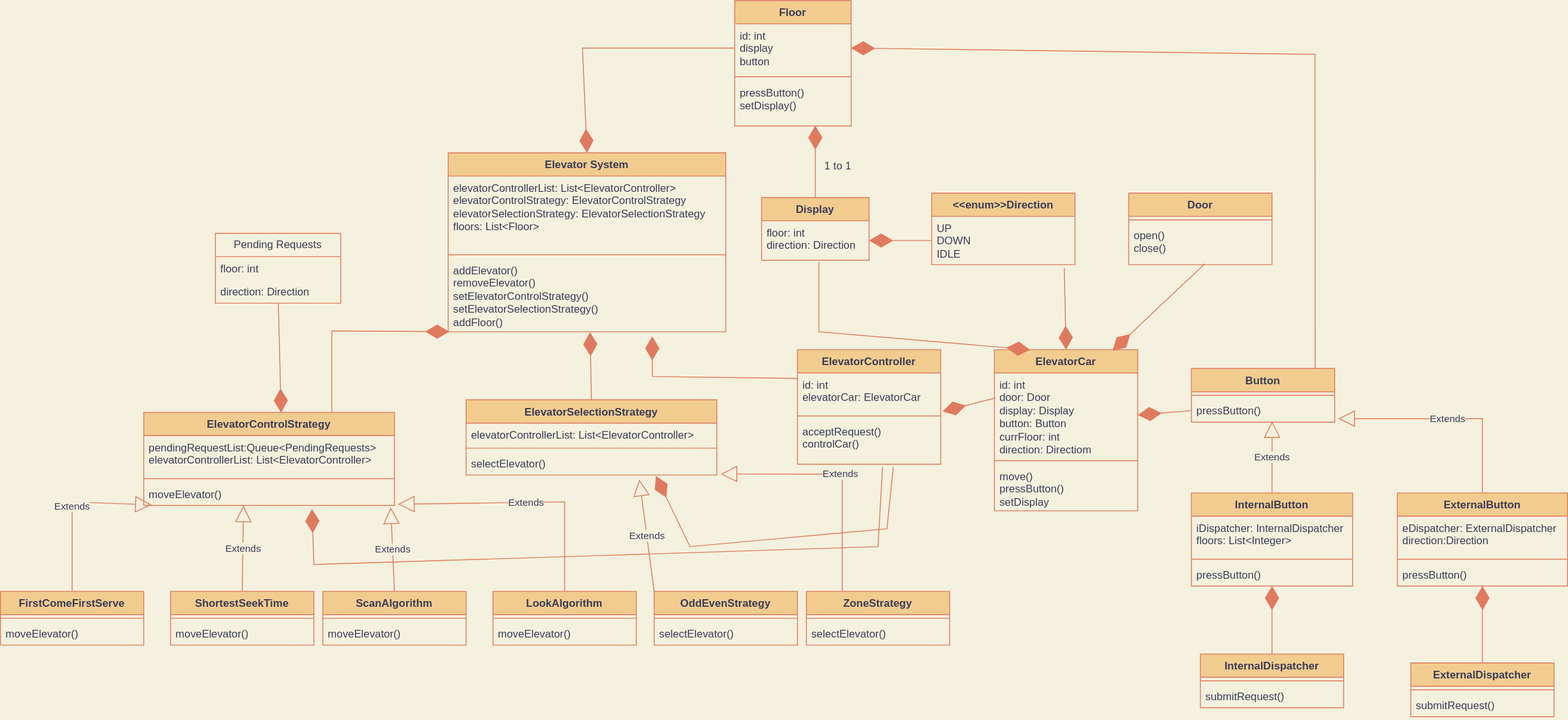
Above: src/main/java/lld/elevator/UMLDiagram.drawio.svg in chetansj27/design-patterns-code (draw.io), before the change. Source tidied: cells renumbered, new cells last; positions are measured from the earlier drawing's top-left corner, leaving out a move shared by most shapes.
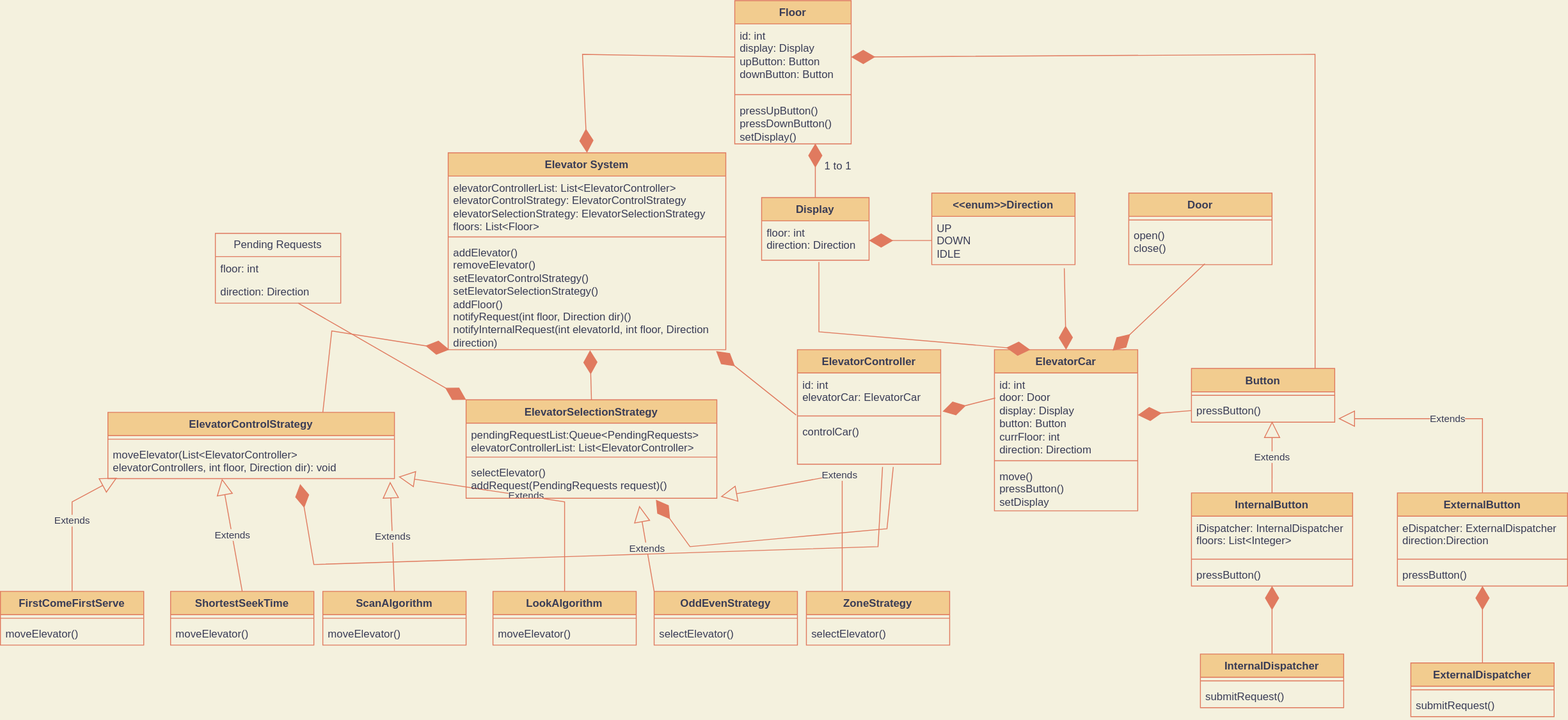
After the commit.

Diff of the diagram source:
```diff
@@ -3,33 +3,33 @@
     <mxCell id="0" />
     <mxCell id="1" parent="0" />
     <mxCell id="2" value="Floor" style="swimlane;fontStyle=1;align=center;verticalAlign=top;horizontal=1;startSize=26;whiteSpace=wrap;html=1;fillColor=#F2CC8F;strokeColor=#E07A5F;fontColor=#393C56;" parent="1" vertex="1">
-      <mxGeometry x="820" width="130" height="140" as="geometry" />
+      <mxGeometry x="820" width="130" height="160" as="geometry" />
     </mxCell>
-    <mxCell id="3" value="id: int&lt;div&gt;display&lt;/div&gt;&lt;div&gt;button&lt;/div&gt;" style="text;strokeColor=none;fillColor=none;align=left;verticalAlign=top;spacingLeft=4;spacingRight=4;overflow=hidden;points=[[0,0.5],[1,0.5]];portConstraint=eastwest;whiteSpace=wrap;html=1;fontColor=#393C56;" parent="2" vertex="1">
-      <mxGeometry y="26" width="130" height="54" as="geometry" />
+    <mxCell id="3" value="id: int&lt;div&gt;display: Display&lt;/div&gt;&lt;div&gt;upButton: Button&lt;/div&gt;&lt;div&gt;downButton: Button&lt;/div&gt;" style="text;strokeColor=none;fillColor=none;align=left;verticalAlign=top;spacingLeft=4;spacingRight=4;overflow=hidden;points=[[0,0.5],[1,0.5]];portConstraint=eastwest;whiteSpace=wrap;html=1;fontColor=#393C56;" parent="2" vertex="1">
+      <mxGeometry y="26" width="130" height="74" as="geometry" />
     </mxCell>
     <mxCell id="4" style="line;strokeWidth=1;fillColor=none;align=left;verticalAlign=middle;spacingTop=-1;spacingLeft=3;spacingRight=3;labelPosition=right;strokeColor=#E07A5F;labelBackgroundColor=#F4F1DE;fontColor=#393C56;" parent="2" vertex="1">
-      <mxGeometry y="80" width="130" height="10" as="geometry" />
+      <mxGeometry y="100" width="130" height="10" as="geometry" />
     </mxCell>
-    <mxCell id="5" value="pressButton()&lt;div&gt;setDisplay()&lt;/div&gt;" style="text;strokeColor=none;fillColor=none;align=left;verticalAlign=top;spacingLeft=4;spacingRight=4;overflow=hidden;points=[[0,0.5],[1,0.5]];portConstraint=eastwest;whiteSpace=wrap;html=1;fontColor=#393C56;" parent="2" vertex="1">
-      <mxGeometry y="90" width="130" height="50" as="geometry" />
+    <mxCell id="5" value="pressUpButton()&lt;div&gt;pressDownButton()&lt;br&gt;&lt;div&gt;setDisplay()&lt;/div&gt;&lt;/div&gt;" style="text;strokeColor=none;fillColor=none;align=left;verticalAlign=top;spacingLeft=4;spacingRight=4;overflow=hidden;points=[[0,0.5],[1,0.5]];portConstraint=eastwest;whiteSpace=wrap;html=1;fontColor=#393C56;" parent="2" vertex="1">
+      <mxGeometry y="110" width="130" height="50" as="geometry" />
     </mxCell>
     <mxCell id="6" value="Elevator System" style="swimlane;fontStyle=1;align=center;verticalAlign=top;horizontal=1;startSize=26;whiteSpace=wrap;html=1;fillColor=#F2CC8F;strokeColor=#E07A5F;fontColor=#393C56;" parent="1" vertex="1">
-      <mxGeometry x="500" y="170" width="310" height="200" as="geometry" />
+      <mxGeometry x="500" y="170" width="310" height="220" as="geometry" />
     </mxCell>
     <mxCell id="7" value="elevatorControllerList: List&amp;lt;ElevatorController&amp;gt;&lt;div&gt;elevatorControlStrategy: ElevatorControlStrategy&lt;/div&gt;&lt;div&gt;elevatorSelectionStrategy: ElevatorSelectionStrategy&lt;/div&gt;&lt;div&gt;floors: List&amp;lt;Floor&amp;gt;&lt;/div&gt;" style="text;strokeColor=none;fillColor=none;align=left;verticalAlign=top;spacingLeft=4;spacingRight=4;overflow=hidden;whiteSpace=wrap;html=1;fontColor=#393C56;" parent="6" vertex="1">
-      <mxGeometry y="26" width="310" height="84" as="geometry" />
+      <mxGeometry y="26" width="310" height="64" as="geometry" />
     </mxCell>
     <mxCell id="8" style="line;strokeWidth=1;fillColor=none;align=left;verticalAlign=middle;spacingTop=-1;spacingLeft=3;spacingRight=3;labelPosition=right;strokeColor=#E07A5F;labelBackgroundColor=#F4F1DE;fontColor=#393C56;" parent="6" vertex="1">
-      <mxGeometry y="110" width="310" height="8" as="geometry" />
+      <mxGeometry y="90" width="310" height="8" as="geometry" />
     </mxCell>
-    <mxCell id="9" value="addElevator()&lt;div&gt;removeElevator()&lt;/div&gt;&lt;div&gt;setElevatorControlStrategy()&lt;/div&gt;&lt;div&gt;setElevatorSelectionStrategy()&lt;/div&gt;&lt;div&gt;addFloor()&lt;/div&gt;" style="text;strokeColor=none;fillColor=none;align=left;verticalAlign=top;spacingLeft=4;spacingRight=4;overflow=hidden;points=[[0,0.5],[1,0.5]];portConstraint=eastwest;whiteSpace=wrap;html=1;fontColor=#393C56;" parent="6" vertex="1">
-      <mxGeometry y="118" width="310" height="82" as="geometry" />
+    <mxCell id="9" value="addElevator()&lt;div&gt;removeElevator()&lt;/div&gt;&lt;div&gt;setElevatorControlStrategy()&lt;/div&gt;&lt;div&gt;setElevatorSelectionStrategy()&lt;/div&gt;&lt;div&gt;addFloor()&lt;/div&gt;&lt;div&gt;notifyRequest(int floor, Direction dir)()&lt;br&gt;&lt;/div&gt;&lt;div&gt;notifyInternalRequest(int elevatorId, int floor, Direction direction)&lt;br&gt;&lt;/div&gt;" style="text;strokeColor=none;fillColor=none;align=left;verticalAlign=top;spacingLeft=4;spacingRight=4;overflow=hidden;points=[[0,0.5],[1,0.5]];portConstraint=eastwest;whiteSpace=wrap;html=1;fontColor=#393C56;" parent="6" vertex="1">
+      <mxGeometry y="98" width="310" height="122" as="geometry" />
     </mxCell>
     <mxCell id="10" style="endArrow=diamondThin;endFill=1;endSize=24;html=1;rounded=0;exitX=0;exitY=0.5;exitDx=0;exitDy=0;entryX=0.5;entryY=0;entryDx=0;entryDy=0;labelBackgroundColor=#F4F1DE;strokeColor=#E07A5F;fontColor=#393C56;" parent="1" edge="1" source="3" target="6">
       <mxGeometry relative="1" as="geometry">
         <Array as="points">
-          <mxPoint x="650" y="53" />
+          <mxPoint x="650" y="60" />
         </Array>
       </mxGeometry>
     </mxCell>
@@ -64,18 +64,15 @@
       <mxGeometry y="52" width="140" height="26" as="geometry" />
     </mxCell>
     <mxCell id="21" value="ElevatorControlStrategy" style="swimlane;fontStyle=1;align=center;verticalAlign=top;horizontal=1;startSize=26;whiteSpace=wrap;html=1;fillColor=#F2CC8F;strokeColor=#E07A5F;fontColor=#393C56;" parent="1" vertex="1">
-      <mxGeometry x="160" y="460" width="280" height="104" as="geometry" />
+      <mxGeometry x="120" y="460" width="320" height="74" as="geometry" />
     </mxCell>
-    <mxCell id="22" value="pendingRequestList:Queue&amp;lt;PendingRequests&amp;gt;&lt;div&gt;elevatorControllerList: List&amp;lt;ElevatorController&amp;gt;&lt;/div&gt;" style="text;strokeColor=none;fillColor=none;align=left;verticalAlign=top;spacingLeft=4;spacingRight=4;overflow=hidden;whiteSpace=wrap;html=1;fontColor=#393C56;" parent="21" vertex="1">
-      <mxGeometry y="26" width="280" height="44" as="geometry" />
-    </mxCell>
     <mxCell id="23" style="line;strokeWidth=1;fillColor=none;align=left;verticalAlign=middle;spacingTop=-1;spacingLeft=3;spacingRight=3;labelPosition=right;strokeColor=#E07A5F;labelBackgroundColor=#F4F1DE;fontColor=#393C56;" parent="21" vertex="1">
-      <mxGeometry y="70" width="280" height="8" as="geometry" />
+      <mxGeometry y="26" width="320" height="8" as="geometry" />
     </mxCell>
-    <mxCell id="24" value="moveElevator()" style="text;strokeColor=none;fillColor=none;align=left;verticalAlign=top;spacingLeft=4;spacingRight=4;overflow=hidden;points=[[0,0.5],[1,0.5]];portConstraint=eastwest;whiteSpace=wrap;html=1;fontColor=#393C56;" parent="21" vertex="1">
-      <mxGeometry y="78" width="280" height="26" as="geometry" />
+    <mxCell id="24" value="moveElevator(List&amp;lt;ElevatorController&amp;gt; elevatorControllers, int floor, Direction dir): void" style="text;strokeColor=none;fillColor=none;align=left;verticalAlign=top;spacingLeft=4;spacingRight=4;overflow=hidden;points=[[0,0.5],[1,0.5]];portConstraint=eastwest;whiteSpace=wrap;html=1;fontColor=#393C56;" parent="21" vertex="1">
+      <mxGeometry y="34" width="320" height="40" as="geometry" />
     </mxCell>
-    <mxCell id="25" style="endArrow=diamondThin;endFill=1;endSize=24;html=1;rounded=0;entryX=0.548;entryY=0.003;entryDx=0;entryDy=0;entryPerimeter=0;labelBackgroundColor=#F4F1DE;strokeColor=#E07A5F;fontColor=#393C56;" parent="1" edge="1" source="20" target="21">
+    <mxCell id="25" style="endArrow=diamondThin;endFill=1;endSize=24;html=1;rounded=0;entryX=0;entryY=0;entryDx=0;entryDy=0;labelBackgroundColor=#F4F1DE;strokeColor=#E07A5F;fontColor=#393C56;" parent="1" edge="1" source="20" target="43">
       <mxGeometry relative="1" as="geometry" />
     </mxCell>
     <mxCell id="26" value="FirstComeFirstServe" style="swimlane;fontStyle=1;align=center;verticalAlign=top;horizontal=1;startSize=26;whiteSpace=wrap;html=1;fillColor=#F2CC8F;strokeColor=#E07A5F;fontColor=#393C56;" parent="1" vertex="1">
@@ -142,16 +139,16 @@
       </mxGeometry>
     </mxCell>
     <mxCell id="43" value="ElevatorSelectionStrategy" style="swimlane;fontStyle=1;align=center;verticalAlign=top;horizontal=1;startSize=26;whiteSpace=wrap;html=1;fillColor=#F2CC8F;strokeColor=#E07A5F;fontColor=#393C56;" parent="1" vertex="1">
-      <mxGeometry x="520" y="446" width="280" height="84" as="geometry" />
+      <mxGeometry x="520" y="446" width="280" height="110" as="geometry" />
     </mxCell>
-    <mxCell id="44" value="&lt;span style=&quot;background-color: initial;&quot;&gt;elevatorControllerList: List&amp;lt;ElevatorController&amp;gt;&lt;/span&gt;" style="text;strokeColor=none;fillColor=none;align=left;verticalAlign=top;spacingLeft=4;spacingRight=4;overflow=hidden;whiteSpace=wrap;html=1;fontColor=#393C56;" parent="43" vertex="1">
-      <mxGeometry y="26" width="280" height="24" as="geometry" />
+    <mxCell id="44" value="&lt;div&gt;pendingRequestList:Queue&amp;lt;PendingRequests&amp;gt;&lt;span style=&quot;background-color: initial;&quot;&gt;&lt;br&gt;&lt;/span&gt;&lt;/div&gt;&lt;span style=&quot;background-color: initial;&quot;&gt;elevatorControllerList: List&amp;lt;ElevatorController&amp;gt;&lt;/span&gt;" style="text;strokeColor=none;fillColor=none;align=left;verticalAlign=top;spacingLeft=4;spacingRight=4;overflow=hidden;whiteSpace=wrap;html=1;fontColor=#393C56;" parent="43" vertex="1">
+      <mxGeometry y="26" width="280" height="34" as="geometry" />
     </mxCell>
     <mxCell id="45" style="line;strokeWidth=1;fillColor=none;align=left;verticalAlign=middle;spacingTop=-1;spacingLeft=3;spacingRight=3;labelPosition=right;strokeColor=#E07A5F;labelBackgroundColor=#F4F1DE;fontColor=#393C56;" parent="43" vertex="1">
-      <mxGeometry y="50" width="280" height="8" as="geometry" />
+      <mxGeometry y="60" width="280" height="8" as="geometry" />
     </mxCell>
-    <mxCell id="46" value="selectElevator()" style="text;strokeColor=none;fillColor=none;align=left;verticalAlign=top;spacingLeft=4;spacingRight=4;overflow=hidden;points=[[0,0.5],[1,0.5]];portConstraint=eastwest;whiteSpace=wrap;html=1;fontColor=#393C56;" parent="43" vertex="1">
-      <mxGeometry y="58" width="280" height="26" as="geometry" />
+    <mxCell id="46" value="selectElevator()&lt;div&gt;addRequest(PendingRequests request)()&lt;br&gt;&lt;/div&gt;" style="text;strokeColor=none;fillColor=none;align=left;verticalAlign=top;spacingLeft=4;spacingRight=4;overflow=hidden;points=[[0,0.5],[1,0.5]];portConstraint=eastwest;whiteSpace=wrap;html=1;fontColor=#393C56;" parent="43" vertex="1">
+      <mxGeometry y="68" width="280" height="42" as="geometry" />
     </mxCell>
     <mxCell id="47" style="endArrow=diamondThin;endFill=1;endSize=24;html=1;rounded=0;exitX=0.5;exitY=0;exitDx=0;exitDy=0;entryX=0.511;entryY=1.005;entryDx=0;entryDy=0;entryPerimeter=0;labelBackgroundColor=#F4F1DE;strokeColor=#E07A5F;fontColor=#393C56;" parent="1" edge="1" source="43" target="9">
       <mxGeometry relative="1" as="geometry" />
@@ -193,7 +190,7 @@
     <mxCell id="58" style="line;strokeWidth=1;fillColor=none;align=left;verticalAlign=middle;spacingTop=-1;spacingLeft=3;spacingRight=3;labelPosition=right;strokeColor=#E07A5F;labelBackgroundColor=#F4F1DE;fontColor=#393C56;" parent="56" vertex="1">
       <mxGeometry y="70" width="160" height="8" as="geometry" />
     </mxCell>
-    <mxCell id="59" value="acceptRequest()&lt;div&gt;controlCar()&lt;/div&gt;" style="text;strokeColor=none;fillColor=none;align=left;verticalAlign=top;spacingLeft=4;spacingRight=4;overflow=hidden;points=[[0,0.5],[1,0.5]];portConstraint=eastwest;whiteSpace=wrap;html=1;fontColor=#393C56;" parent="56" vertex="1">
+    <mxCell id="59" value="&lt;div&gt;controlCar()&lt;/div&gt;" style="text;strokeColor=none;fillColor=none;align=left;verticalAlign=top;spacingLeft=4;spacingRight=4;overflow=hidden;points=[[0,0.5],[1,0.5]];portConstraint=eastwest;whiteSpace=wrap;html=1;fontColor=#393C56;" parent="56" vertex="1">
       <mxGeometry y="78" width="160" height="50" as="geometry" />
     </mxCell>
     <mxCell id="60" value="ElevatorCar" style="swimlane;fontStyle=1;align=center;verticalAlign=top;horizontal=1;startSize=26;whiteSpace=wrap;html=1;fillColor=#F2CC8F;strokeColor=#E07A5F;fontColor=#393C56;" parent="1" vertex="1">
@@ -288,13 +285,6 @@
     <mxCell id="87" style="endArrow=diamondThin;endFill=1;endSize=24;html=1;rounded=0;exitX=0.006;exitY=0.298;exitDx=0;exitDy=0;entryX=1.013;entryY=0.977;entryDx=0;entryDy=0;exitPerimeter=0;entryPerimeter=0;labelBackgroundColor=#F4F1DE;strokeColor=#E07A5F;fontColor=#393C56;" parent="1" edge="1" source="61" target="57">
       <mxGeometry relative="1" as="geometry" />
     </mxCell>
-    <mxCell id="88" style="endArrow=diamondThin;endFill=1;endSize=24;html=1;rounded=0;exitX=0;exitY=0.25;exitDx=0;exitDy=0;entryX=0.735;entryY=1.061;entryDx=0;entryDy=0;entryPerimeter=0;labelBackgroundColor=#F4F1DE;strokeColor=#E07A5F;fontColor=#393C56;" parent="1" edge="1" source="56" target="9">
-      <mxGeometry relative="1" as="geometry">
-        <Array as="points">
-          <mxPoint x="728" y="420" />
-        </Array>
-      </mxGeometry>
-    </mxCell>
     <mxCell id="89" style="endArrow=diamondThin;endFill=1;endSize=24;html=1;rounded=0;entryX=0.25;entryY=0;entryDx=0;entryDy=0;exitX=0.533;exitY=1.045;exitDx=0;exitDy=0;exitPerimeter=0;labelBackgroundColor=#F4F1DE;strokeColor=#E07A5F;fontColor=#393C56;" parent="1" edge="1" source="12" target="60">
       <mxGeometry relative="1" as="geometry">
         <Array as="points">
@@ -335,5 +325,8 @@
         </Array>
       </mxGeometry>
     </mxCell>
+    <mxCell id="97" style="endArrow=diamondThin;endFill=1;endSize=24;html=1;rounded=0;exitX=-0.009;exitY=-0.099;exitDx=0;exitDy=0;entryX=0.965;entryY=1.013;entryDx=0;entryDy=0;entryPerimeter=0;labelBackgroundColor=#F4F1DE;strokeColor=#E07A5F;fontColor=#393C56;exitPerimeter=0;" parent="1" edge="1" source="59" target="9">
+      <mxGeometry relative="1" as="geometry" />
+    </mxCell>
   </root>
 </mxGraphModel>
```
